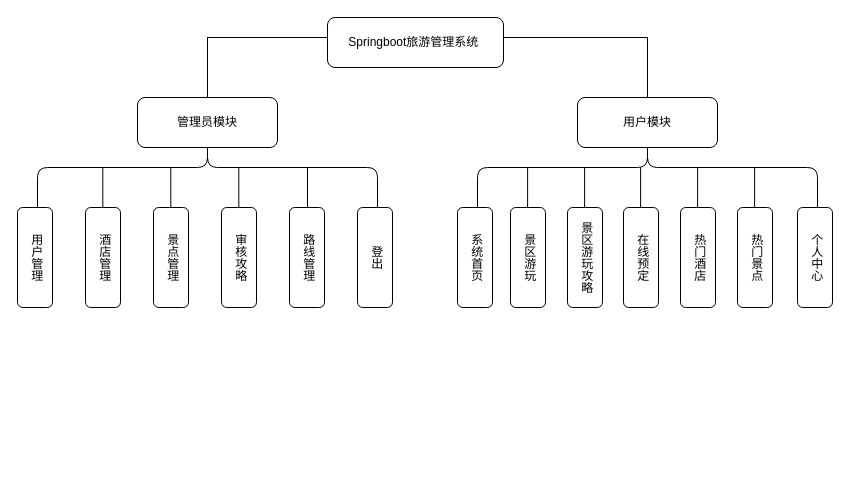
The draw.io diagram 未命名绘图.drawio in 66Coding/diagrams, before the edit. Source tidied: cells renumbered, new cells numbered last; positions are measured from the earlier drawing's top-left corner, leaving out a move shared by most shapes. Both pictures are drawn from the tidied source at 100%, with x=0, y=0 at pixel (17, 17).
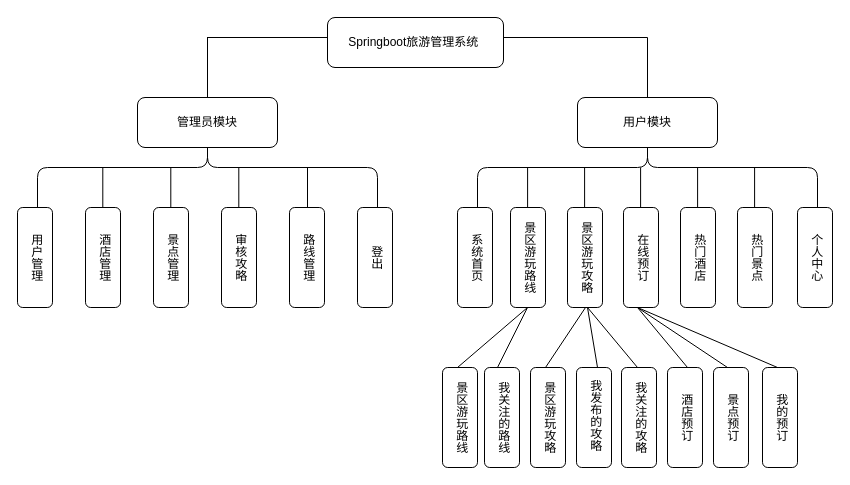
Above is the later version.

Commit message:
旅游管理系统结构.drawio

What changed in the source:
```diff
@@
-    <mxCell id="23" value="景区游玩" style="rounded=1;whiteSpace=wrap;html=1;textDirection=vertical-rl;" parent="1" vertex="1">
+    <mxCell id="23" value="景区游玩路线" style="rounded=1;whiteSpace=wrap;html=1;textDirection=vertical-rl;" parent="1" vertex="1">
       <mxGeometry x="493" y="190" width="35" height="100" as="geometry" />
     </mxCell>
@@
-    <mxCell id="25" value="在线预定" style="rounded=1;whiteSpace=wrap;html=1;textDirection=vertical-rl;" parent="1" vertex="1">
+    <mxCell id="25" value="在线预订" style="rounded=1;whiteSpace=wrap;html=1;textDirection=vertical-rl;" parent="1" vertex="1">
       <mxGeometry x="606" y="190" width="35" height="100" as="geometry" />
     </mxCell>
@@
+    <mxCell id="31" value="景区游玩路线" style="rounded=1;whiteSpace=wrap;html=1;textDirection=vertical-rl;" parent="1" vertex="1">
+      <mxGeometry x="425" y="350" width="35" height="100" as="geometry" />
+    </mxCell>
+    <mxCell id="32" value="我关注的路线" style="rounded=1;whiteSpace=wrap;html=1;textDirection=vertical-rl;" parent="1" vertex="1">
+      <mxGeometry x="467" y="350" width="35" height="100" as="geometry" />
+    </mxCell>
+    <mxCell id="33" value="景区游玩攻略" style="rounded=1;whiteSpace=wrap;html=1;textDirection=vertical-rl;" parent="1" vertex="1">
+      <mxGeometry x="513" y="350" width="35" height="100" as="geometry" />
+    </mxCell>
+    <mxCell id="34" value="我发布的攻略&amp;nbsp;" style="rounded=1;whiteSpace=wrap;html=1;textDirection=vertical-rl;" parent="1" vertex="1">
+      <mxGeometry x="559" y="350" width="35" height="100" as="geometry" />
+    </mxCell>
+    <mxCell id="35" value="我关注的攻略" style="rounded=1;whiteSpace=wrap;html=1;textDirection=vertical-rl;" parent="1" vertex="1">
+      <mxGeometry x="604" y="350" width="35" height="100" as="geometry" />
+    </mxCell>
+    <mxCell id="36" value="酒店预订" style="rounded=1;whiteSpace=wrap;html=1;textDirection=vertical-rl;" parent="1" vertex="1">
+      <mxGeometry x="650" y="350" width="35" height="100" as="geometry" />
+    </mxCell>
+    <mxCell id="37" value="景点预订" style="rounded=1;whiteSpace=wrap;html=1;textDirection=vertical-rl;" parent="1" vertex="1">
+      <mxGeometry x="696" y="350" width="35" height="100" as="geometry" />
+    </mxCell>
+    <mxCell id="38" value="我的预订" style="rounded=1;whiteSpace=wrap;html=1;textDirection=vertical-rl;" parent="1" vertex="1">
+      <mxGeometry x="745" y="350" width="35" height="100" as="geometry" />
+    </mxCell>
+    <mxCell id="39" style="endArrow=none;html=1;rounded=1;" parent="1" edge="1">
+      <mxGeometry relative="1" as="geometry">
+        <mxPoint x="440" y="350" as="sourcePoint" />
+        <mxPoint x="510" y="290" as="targetPoint" />
+      </mxGeometry>
+    </mxCell>
+    <mxCell id="40" style="endArrow=none;html=1;rounded=1;" parent="1" edge="1">
+      <mxGeometry relative="1" as="geometry">
+        <mxPoint x="480" y="350" as="sourcePoint" />
+        <mxPoint x="510" y="290" as="targetPoint" />
+      </mxGeometry>
+    </mxCell>
+    <mxCell id="41" style="endArrow=none;html=1;rounded=1;" parent="1" edge="1">
+      <mxGeometry relative="1" as="geometry">
+        <mxPoint x="528" y="350" as="sourcePoint" />
+        <mxPoint x="568" y="290" as="targetPoint" />
+      </mxGeometry>
+    </mxCell>
+    <mxCell id="42" style="endArrow=none;html=1;rounded=1;" parent="1" edge="1">
+      <mxGeometry relative="1" as="geometry">
+        <mxPoint x="580" y="350" as="sourcePoint" />
+        <mxPoint x="570" y="290" as="targetPoint" />
+      </mxGeometry>
+    </mxCell>
+    <mxCell id="43" style="endArrow=none;html=1;rounded=1;" parent="1" edge="1">
+      <mxGeometry relative="1" as="geometry">
+        <mxPoint x="620" y="350" as="sourcePoint" />
+        <mxPoint x="570" y="290" as="targetPoint" />
+      </mxGeometry>
+    </mxCell>
+    <mxCell id="44" style="endArrow=none;html=1;rounded=1;" parent="1" edge="1">
+      <mxGeometry relative="1" as="geometry">
+        <mxPoint x="670" y="350" as="sourcePoint" />
+        <mxPoint x="620" y="290" as="targetPoint" />
+      </mxGeometry>
+    </mxCell>
+    <mxCell id="45" style="endArrow=none;html=1;rounded=1;" parent="1" edge="1">
+      <mxGeometry relative="1" as="geometry">
+        <mxPoint x="710" y="350" as="sourcePoint" />
+        <mxPoint x="620" y="290" as="targetPoint" />
+      </mxGeometry>
+    </mxCell>
+    <mxCell id="46" style="endArrow=none;html=1;rounded=1;" parent="1" edge="1">
+      <mxGeometry relative="1" as="geometry">
+        <mxPoint x="760" y="350" as="sourcePoint" />
+        <mxPoint x="620" y="290" as="targetPoint" />
+      </mxGeometry>
+    </mxCell>
```
